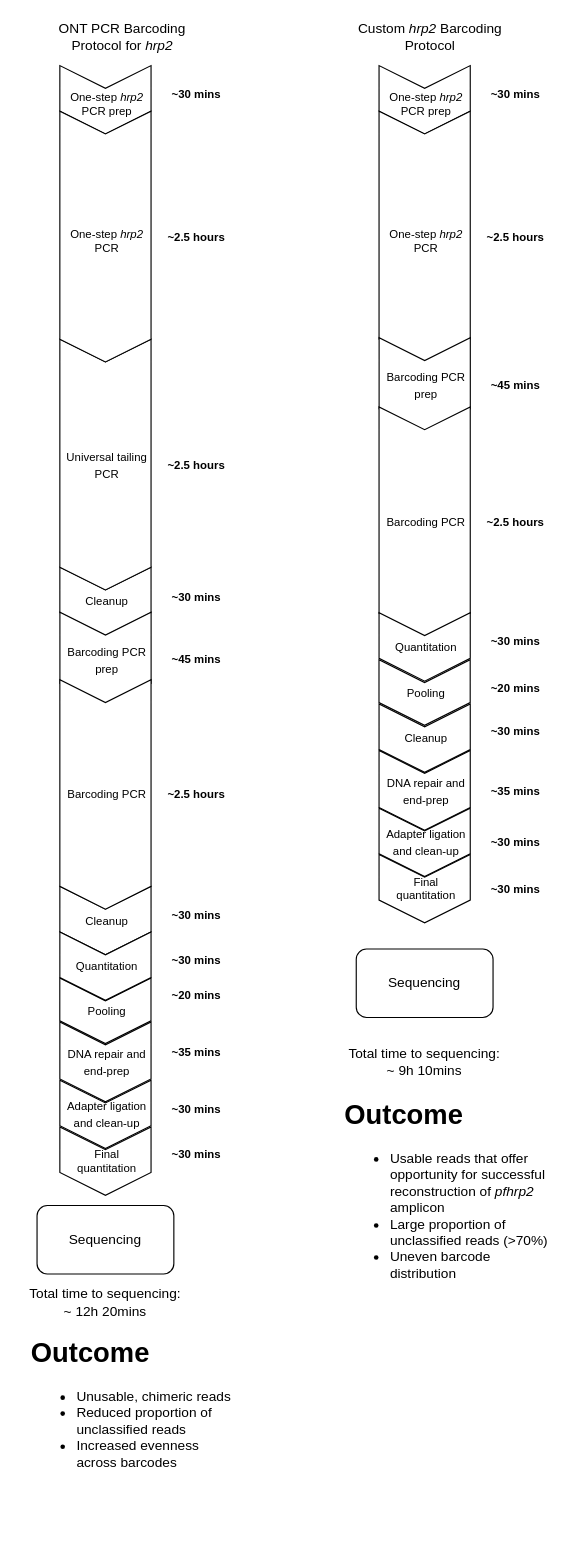
Before: 4-reporting/protocol_comparison.drawio in sjsabin/minion_hrp2_project, a draw.io diagram. Source tidied: cells renumbered, new cells numbered last; positions are measured from the earlier drawing's top-left corner, leaving out a move shared by most shapes. Both pictures are drawn from the tidied source at 114%, with x=0, y=0 at pixel (-21, 19).
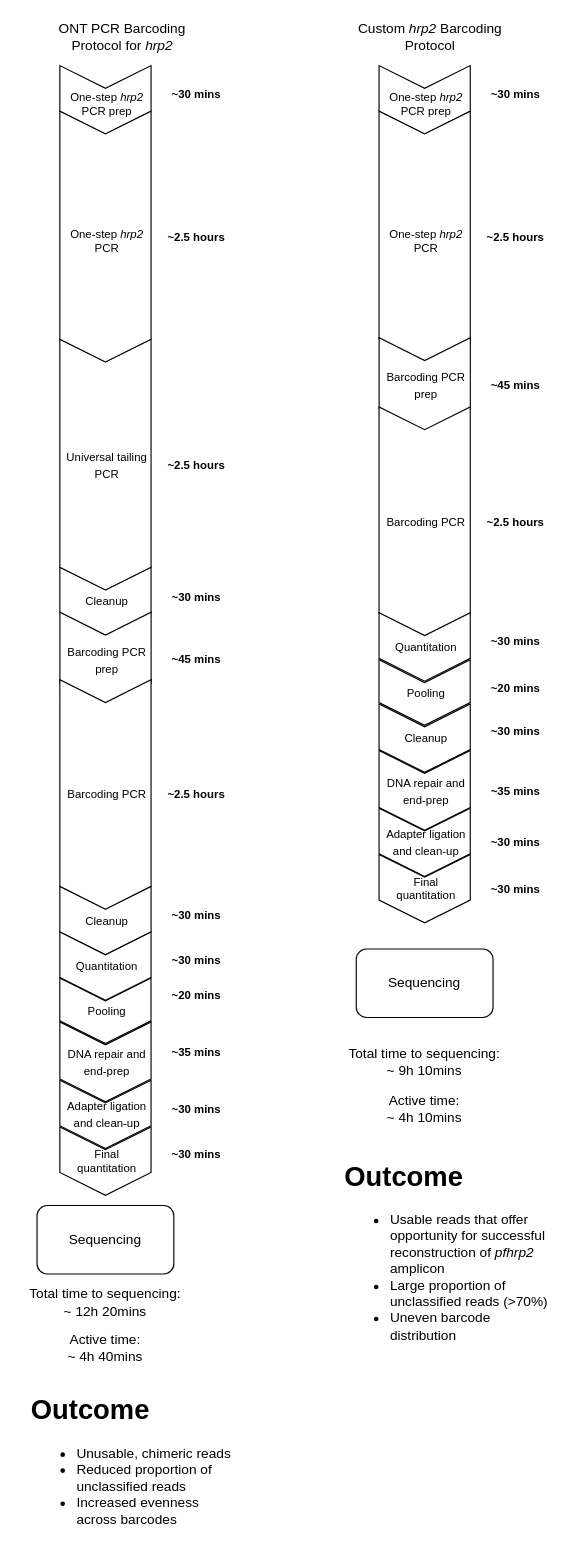
After the change.

Diff of the diagram source:
```diff
@@
     <mxCell id="52" value="&lt;h1&gt;Outcome&lt;/h1&gt;&lt;ul&gt;&lt;li&gt;Unusable, chimeric reads&lt;/li&gt;&lt;li&gt;Reduced proportion of unclassified reads&lt;/li&gt;&lt;li&gt;Increased evenness across barcodes&lt;br&gt;&lt;/li&gt;&lt;/ul&gt;" style="text;html=1;strokeColor=none;fillColor=none;spacing=5;spacingTop=-20;whiteSpace=wrap;overflow=hidden;rounded=0;fontSize=12;" parent="1" vertex="1">
-      <mxGeometry x="40" y="1150" width="190" height="140" as="geometry" />
+      <mxGeometry x="40" y="1200" width="190" height="140" as="geometry" />
     </mxCell>
     <mxCell id="53" value="&lt;h1&gt;Outcome&lt;/h1&gt;&lt;ul&gt;&lt;li&gt;Usable reads that offer opportunity for successful reconstruction of &lt;i&gt;pfhrp2 &lt;/i&gt;amplicon&lt;/li&gt;&lt;li&gt;Large proportion of unclassified reads (&amp;gt;70%)&lt;/li&gt;&lt;li&gt;Uneven barcode distribution&lt;br&gt;&lt;/li&gt;&lt;/ul&gt;" style="text;html=1;strokeColor=none;fillColor=none;spacing=5;spacingTop=-20;whiteSpace=wrap;overflow=hidden;rounded=0;fontSize=12;" parent="1" vertex="1">
-      <mxGeometry x="315" y="941" width="190" height="179" as="geometry" />
+      <mxGeometry x="315" y="995" width="190" height="179" as="geometry" />
     </mxCell>
+    <mxCell id="54" value="&lt;div&gt;Active time:&lt;br&gt;&lt;/div&gt;&lt;div&gt;~ 4h 10mins&lt;br&gt;&lt;/div&gt;" style="text;html=1;strokeColor=none;fillColor=none;align=center;verticalAlign=middle;whiteSpace=wrap;rounded=0;" parent="1" vertex="1">
+      <mxGeometry x="315" y="940" width="150" height="30" as="geometry" />
+    </mxCell>
+    <mxCell id="55" value="&lt;div&gt;Active time:&lt;br&gt;&lt;/div&gt;&lt;div&gt;~ 4h 40mins&lt;br&gt;&lt;/div&gt;" style="text;html=1;strokeColor=none;fillColor=none;align=center;verticalAlign=middle;whiteSpace=wrap;rounded=0;" parent="1" vertex="1">
+      <mxGeometry x="35" y="1150" width="150" height="30" as="geometry" />
+    </mxCell>
```
